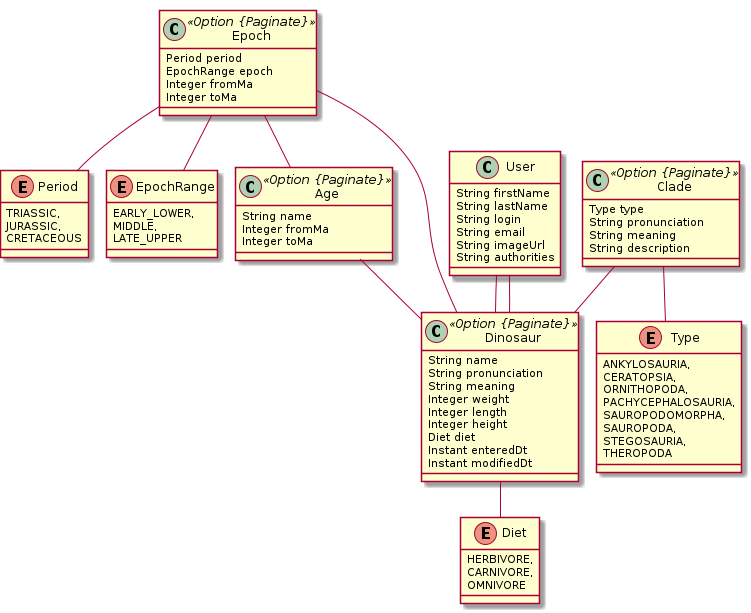
The PlantUML diagram jhipster-microservice-dinosaurs.png in RatJuggler/jhipster-jdl, before a commit.
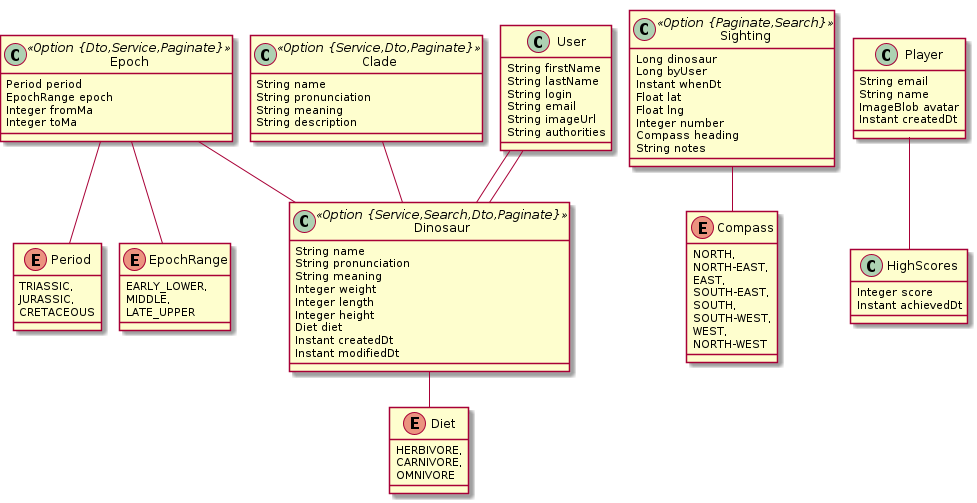
The same diagram one commit later.

Commit message:
Design updates and start to define microservices.

What changed in the source:
```diff
@@ -11,7 +11,7 @@
 		MIDDLE,
 		LATE_UPPER
 	}
-	class Epoch <<Option {Paginate}>> {
+	class Epoch <<Option {Dto,Service,Paginate}>> {
 		Period period
 		EpochRange epoch
 		Integer fromMa
@@ -19,34 +19,18 @@
 	}
 	Epoch ..> Period
 	Epoch ..> EpochRange
-	class Age <<Option {Paginate}>> {
+	class Clade <<Option {Service,Dto,Paginate}>> {
 		String name
-		Integer fromMa
-		Integer toMa
-	}
-	enum Type {
-		ANKYLOSAURIA,
-		CERATOPSIA,
-		ORNITHOPODA,
-		PACHYCEPHALOSAURIA,
-		SAUROPODOMORPHA,
-		SAUROPODA,
-		STEGOSAURIA,
-		THEROPODA
-	}
-	class Clade <<Option {Paginate}>> {
-		Type type
 		String pronunciation
 		String meaning
 		String description
 	}
-	Clade ..> Type
 	enum Diet {
 		HERBIVORE,
 		CARNIVORE,
 		OMNIVORE
 	}
-	class Dinosaur <<Option {Paginate}>> {
+	class Dinosaur <<Option {Service,Search,Dto,Paginate}>> {
 		String name
 		String pronunciation
 		String meaning
@@ -54,16 +38,46 @@
 		Integer length
 		Integer height
 		Diet diet
-		Instant enteredDt
+		Instant createdDt
 		Instant modifiedDt
 	}
 	Dinosaur ..> Diet
-	Epoch  "0..1 " --o "epoch  1..* "  Age
 	Epoch  "0..1 " --o "epochItLived  1..* "  Dinosaur
-	Age  "0..1 " --o "ageItLived(name)  1..* "  Dinosaur
-	Clade  "0..1 " --o "clade(type)  1..* "  Dinosaur
-	User  "0..1 " --o "enteredBy  1..* "  Dinosaur
+	Clade  "0..1 " --o "clade(name)  1..* "  Dinosaur
+	User  "0..1 " --o "createdBy  1..* "  Dinosaur
 	User  "0..1 " --o "modifiedBy 0..* "  Dinosaur
+	enum Compass {
+		NORTH,
+		NORTH-EAST,
+		EAST,
+		SOUTH-EAST,
+		SOUTH,
+		SOUTH-WEST,
+		WEST,
+		NORTH-WEST
+	}
+	class Sighting <<Option {Paginate,Search}>> {
+		Long dinosaur
+		Long byUser
+		Instant whenDt
+		Float lat
+		Float lng
+		Integer number
+		Compass heading
+		String notes
+	}
+	Sighting ..> Compass
+	class Player  {
+		String email
+		String name
+		ImageBlob avatar
+		Instant createdDt
+	}
+	class HighScores  {
+		Integer score
+		Instant achievedDt
+	}
+	Player  "0..1 " -- "player 0..1 "  HighScores
 	class User  {
 		String firstName
 		String lastName
```
